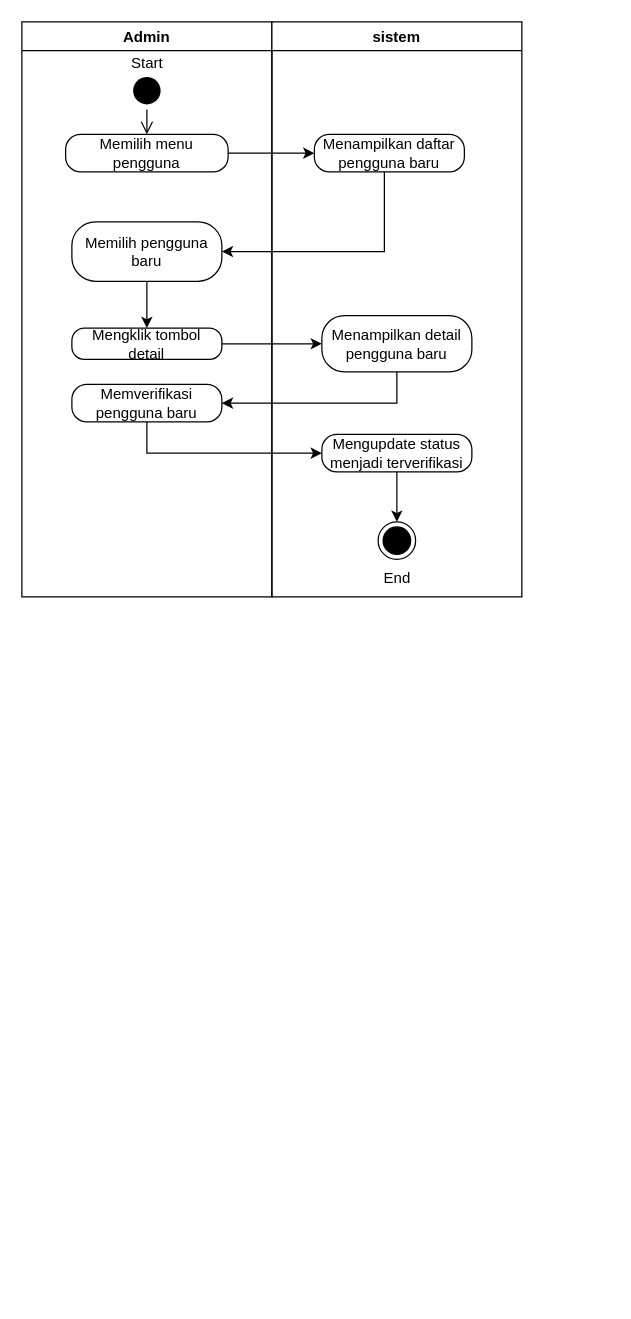
Earlier version of the draw.io diagram page "ad_admin_pengguna_baru" (3 of 5) of gambar gambar/admin use case diagram.drawio (dzreexx/Full-files-skripsi). Source tidied: cells renumbered, new cells numbered last; positions are measured from the earlier drawing's top-left corner, leaving out a move shared by most shapes. Both pictures are drawn from the tidied source at 125%, with x=0, y=0 at pixel (21, 21).
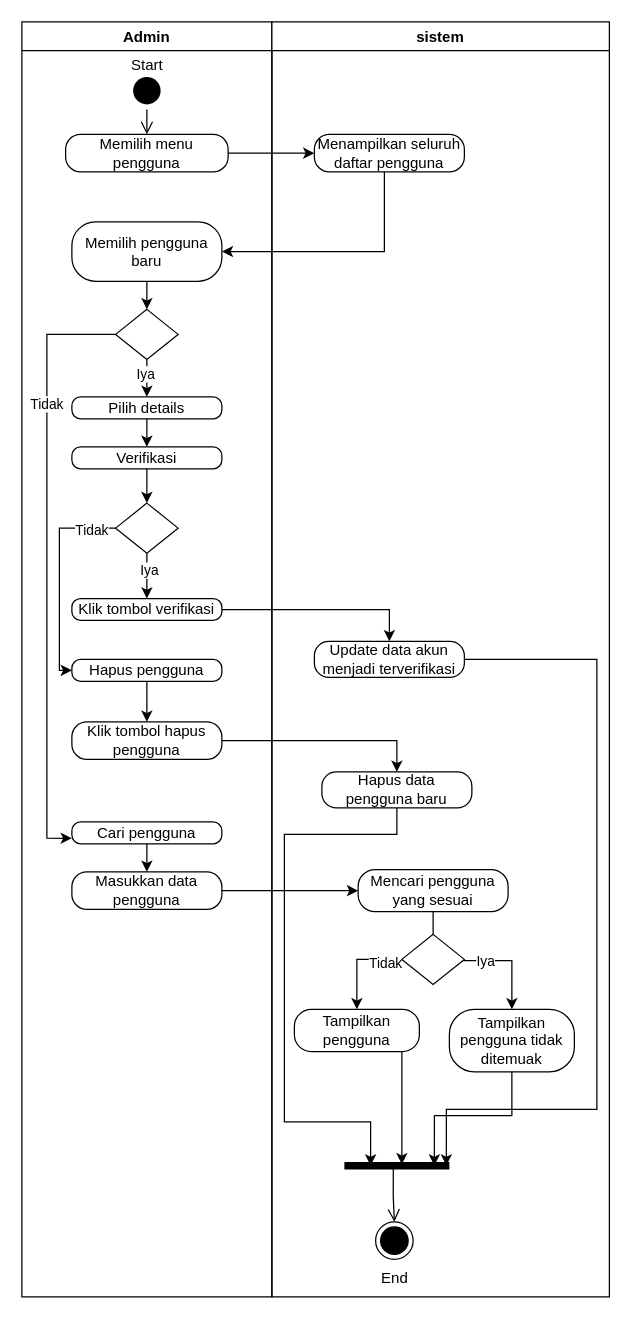
Above is the later version.

Unchanged cells that the change refers to:
```xml
<mxCell id="7" value="Memilih pengguna baru" style="rounded=1;whiteSpace=wrap;html=1;arcSize=40;" parent="2" vertex="1">
  <mxGeometry x="40" y="160" width="120" height="47.5" as="geometry" />
</mxCell>
```

Change to the diagram source:
```diff
@@
     <mxCell id="2" value="Admin" style="swimlane;" parent="1" vertex="1">
-      <mxGeometry width="200" height="460" as="geometry" />
+      <mxGeometry width="200" height="1020" as="geometry" />
     </mxCell>
@@
-    <mxCell id="6" style="edgeStyle=orthogonalEdgeStyle;rounded=0;jettySize=auto;html=1;" parent="2" edge="1" source="7" target="8">
+    <mxCell id="6" style="edgeStyle=orthogonalEdgeStyle;rounded=0;jettySize=auto;html=1;entryX=0.5;entryY=0;entryDx=0;entryDy=0;" parent="2" edge="1" source="7" target="27">
       <mxGeometry relative="1" as="geometry" />
     </mxCell>
@@
-    <mxCell id="8" value="Mengklik tombol detail" style="rounded=1;whiteSpace=wrap;html=1;arcSize=40;" parent="2" vertex="1">
-      <mxGeometry x="40" y="245" width="120" height="25" as="geometry" />
-    </mxCell>
-    <mxCell id="9" value="Memverifikasi pengguna baru" style="rounded=1;whiteSpace=wrap;html=1;arcSize=40;" parent="2" vertex="1">
-      <mxGeometry x="40" y="290" width="120" height="30" as="geometry" />
-    </mxCell>
+    <mxCell id="23" style="edgeStyle=orthogonalEdgeStyle;rounded=0;jettySize=auto;html=1;" parent="2" edge="1" source="27" target="29">
+      <mxGeometry relative="1" as="geometry" />
+    </mxCell>
+    <mxCell id="24" value="Iya" style="edgeLabel;html=1;align=center;verticalAlign=middle;" parent="23" vertex="1">
+      <mxGeometry x="0.23" y="-2" relative="1" as="geometry" />
+    </mxCell>
+    <mxCell id="25" style="edgeStyle=orthogonalEdgeStyle;rounded=0;jettySize=auto;html=1;entryX=0;entryY=0.75;entryDx=0;entryDy=0;" parent="2" edge="1" source="27" target="31">
+      <mxGeometry relative="1" as="geometry">
+        <Array as="points">
+          <mxPoint x="20" y="250" />
+          <mxPoint x="20" y="653" />
+        </Array>
+      </mxGeometry>
+    </mxCell>
+    <mxCell id="26" value="Tidak" style="edgeLabel;html=1;align=center;verticalAlign=middle;" parent="25" vertex="1">
+      <mxGeometry x="-0.54" y="-1" relative="1" as="geometry" />
+    </mxCell>
+    <mxCell id="27" style="rhombus;whiteSpace=wrap;html=1;" parent="2" vertex="1">
+      <mxGeometry x="75" y="230" width="50" height="40" as="geometry" />
+    </mxCell>
+    <mxCell id="28" style="edgeStyle=orthogonalEdgeStyle;rounded=0;jettySize=auto;html=1;" parent="2" edge="1" source="29" target="33">
+      <mxGeometry relative="1" as="geometry" />
+    </mxCell>
+    <mxCell id="29" value="Pilih details" style="rounded=1;whiteSpace=wrap;html=1;arcSize=40;" parent="2" vertex="1">
+      <mxGeometry x="40" y="300" width="120" height="17.5" as="geometry" />
+    </mxCell>
+    <mxCell id="30" style="edgeStyle=orthogonalEdgeStyle;rounded=0;jettySize=auto;html=1;" parent="2" edge="1" source="31" target="37">
+      <mxGeometry relative="1" as="geometry" />
+    </mxCell>
+    <mxCell id="31" value="Cari pengguna" style="rounded=1;whiteSpace=wrap;html=1;arcSize=40;" parent="2" vertex="1">
+      <mxGeometry x="40" y="640" width="120" height="17.5" as="geometry" />
+    </mxCell>
+    <mxCell id="32" style="edgeStyle=orthogonalEdgeStyle;rounded=0;jettySize=auto;html=1;" parent="2" edge="1" source="33" target="42">
+      <mxGeometry relative="1" as="geometry" />
+    </mxCell>
+    <mxCell id="33" value="Verifikasi" style="rounded=1;whiteSpace=wrap;html=1;arcSize=40;" parent="2" vertex="1">
+      <mxGeometry x="40" y="340" width="120" height="17.5" as="geometry" />
+    </mxCell>
+    <mxCell id="34" style="edgeStyle=orthogonalEdgeStyle;rounded=0;jettySize=auto;html=1;" parent="2" edge="1" source="35" target="36">
+      <mxGeometry relative="1" as="geometry" />
+    </mxCell>
+    <mxCell id="35" value="Hapus pengguna" style="rounded=1;whiteSpace=wrap;html=1;arcSize=40;" parent="2" vertex="1">
+      <mxGeometry x="40" y="510" width="120" height="17.5" as="geometry" />
+    </mxCell>
+    <mxCell id="36" value="Klik tombol hapus pengguna" style="rounded=1;whiteSpace=wrap;html=1;arcSize=40;" parent="2" vertex="1">
+      <mxGeometry x="40" y="560" width="120" height="30" as="geometry" />
+    </mxCell>
+    <mxCell id="37" value="Masukkan data pengguna" style="rounded=1;whiteSpace=wrap;html=1;arcSize=40;" parent="2" vertex="1">
+      <mxGeometry x="40" y="680" width="120" height="30" as="geometry" />
+    </mxCell>
+    <mxCell id="38" style="edgeStyle=orthogonalEdgeStyle;rounded=0;jettySize=auto;html=1;" parent="2" edge="1" source="42" target="43">
+      <mxGeometry relative="1" as="geometry" />
+    </mxCell>
+    <mxCell id="39" value="Iya" style="edgeLabel;html=1;align=center;verticalAlign=middle;" parent="38" vertex="1">
+      <mxGeometry x="-0.39" y="1" relative="1" as="geometry" />
+    </mxCell>
+    <mxCell id="40" style="edgeStyle=orthogonalEdgeStyle;rounded=0;jettySize=auto;html=1;entryX=0;entryY=0.5;entryDx=0;entryDy=0;" parent="2" edge="1" source="42" target="35">
+      <mxGeometry relative="1" as="geometry">
+        <Array as="points">
+          <mxPoint x="30" y="405" />
+          <mxPoint x="30" y="519" />
+        </Array>
+      </mxGeometry>
+    </mxCell>
+    <mxCell id="41" value="Tidak" style="edgeLabel;html=1;align=center;verticalAlign=middle;" parent="40" vertex="1">
+      <mxGeometry x="-0.76" y="1" relative="1" as="geometry" />
+    </mxCell>
+    <mxCell id="42" style="rhombus;whiteSpace=wrap;html=1;" parent="2" vertex="1">
+      <mxGeometry x="75" y="385" width="50" height="40" as="geometry" />
+    </mxCell>
+    <mxCell id="43" value="Klik tombol verifikasi" style="rounded=1;whiteSpace=wrap;html=1;arcSize=40;" parent="2" vertex="1">
+      <mxGeometry x="40" y="461.3" width="120" height="17.5" as="geometry" />
+    </mxCell>
+    <mxCell id="18" value="Start" style="text;html=1;align=center;verticalAlign=middle;strokeColor=none;fillColor=none;" parent="2" vertex="1">
+      <mxGeometry x="75" y="20" width="50" height="30" as="geometry" />
+    </mxCell>
     <mxCell id="10" value="sistem" style="swimlane;" parent="1" vertex="1">
-      <mxGeometry x="200" width="200" height="460" as="geometry" />
+      <mxGeometry x="200" width="270" height="1020" as="geometry" />
     </mxCell>
-    <mxCell id="11" value="Menampilkan daftar pengguna baru" style="rounded=1;whiteSpace=wrap;html=1;arcSize=40;" parent="10" vertex="1">
+    <mxCell id="11" value="Menampilkan seluruh daftar pengguna" style="rounded=1;whiteSpace=wrap;html=1;arcSize=40;" parent="10" vertex="1">
       <mxGeometry x="34" y="90" width="120" height="30" as="geometry" />
     </mxCell>
-    <mxCell id="12" value="Menampilkan detail pengguna baru" style="rounded=1;whiteSpace=wrap;html=1;arcSize=40;" parent="10" vertex="1">
-      <mxGeometry x="40" y="235" width="120" height="45" as="geometry" />
-    </mxCell>
     <mxCell id="13" value="End" style="text;html=1;align=center;verticalAlign=middle;strokeColor=none;fillColor=none;" parent="10" vertex="1">
-      <mxGeometry x="80" y="430" width="40" height="30" as="geometry" />
+      <mxGeometry x="78" y="990" width="40" height="30" as="geometry" />
     </mxCell>
     <mxCell id="14" style="ellipse;html=1;shape=endState;fillColor=#000000;" parent="10" vertex="1">
-      <mxGeometry x="85" y="400" width="30" height="30" as="geometry" />
+      <mxGeometry x="83" y="960" width="30" height="30" as="geometry" />
     </mxCell>
-    <mxCell id="15" style="edgeStyle=orthogonalEdgeStyle;rounded=0;jettySize=auto;html=1;entryX=1;entryY=0.5;entryDx=0;entryDy=0;" parent="10" edge="1" source="12" target="9">
-      <mxGeometry relative="1" as="geometry">
-        <Array as="points">
-          <mxPoint x="100" y="305" />
-        </Array>
-      </mxGeometry>
-    </mxCell>
-    <mxCell id="16" style="edgeStyle=orthogonalEdgeStyle;rounded=0;jettySize=auto;html=1;" parent="10" edge="1" source="17" target="14">
-      <mxGeometry relative="1" as="geometry" />
-    </mxCell>
-    <mxCell id="17" value="Mengupdate status menjadi terverifikasi" style="rounded=1;whiteSpace=wrap;html=1;arcSize=40;" parent="10" vertex="1">
-      <mxGeometry x="40" y="330" width="120" height="30" as="geometry" />
-    </mxCell>
-    <mxCell id="18" value="Start" style="text;html=1;align=center;verticalAlign=middle;strokeColor=none;fillColor=none;" parent="1" vertex="1">
-      <mxGeometry x="75" y="18" width="50" height="30" as="geometry" />
-    </mxCell>
-    <mxCell id="19" style="edgeStyle=orthogonalEdgeStyle;rounded=0;jettySize=auto;html=1;" parent="1" edge="1" source="8" target="12">
-      <mxGeometry relative="1" as="geometry" />
-    </mxCell>
+    <mxCell id="44" style="shape=line;html=1;strokeWidth=6;" parent="10" vertex="1">
+      <mxGeometry x="58" y="910" width="84" height="10" as="geometry" />
+    </mxCell>
+    <mxCell id="45" style="edgeStyle=orthogonalEdgeStyle;html=1;verticalAlign=bottom;endArrow=open;endSize=8;rounded=0;exitX=0.466;exitY=0.513;exitDx=0;exitDy=0;exitPerimeter=0;" parent="10" edge="1" source="44" target="14">
+      <mxGeometry relative="1" as="geometry" />
+    </mxCell>
+    <mxCell id="46" value="Update data akun menjadi terverifikasi" style="rounded=1;whiteSpace=wrap;html=1;arcSize=40;" parent="10" vertex="1">
+      <mxGeometry x="34" y="495.6" width="120" height="28.8" as="geometry" />
+    </mxCell>
+    <mxCell id="47" value="Hapus data pengguna baru" style="rounded=1;whiteSpace=wrap;html=1;arcSize=40;" parent="10" vertex="1">
+      <mxGeometry x="40" y="600" width="120" height="28.8" as="geometry" />
+    </mxCell>
+    <mxCell id="48" style="edgeStyle=orthogonalEdgeStyle;rounded=0;jettySize=auto;html=1;" parent="10" edge="1" source="50" target="56">
+      <mxGeometry relative="1" as="geometry" />
+    </mxCell>
+    <mxCell id="49" value="Iya" style="edgeLabel;html=1;align=center;verticalAlign=middle;" parent="48" vertex="1">
+      <mxGeometry x="0.15" relative="1" as="geometry" />
+    </mxCell>
+    <mxCell id="50" value="Mencari pengguna yang sesuai" style="rounded=1;whiteSpace=wrap;html=1;arcSize=40;" parent="10" vertex="1">
+      <mxGeometry x="69" y="678.1" width="120" height="33.8" as="geometry" />
+    </mxCell>
+    <mxCell id="51" style="edgeStyle=orthogonalEdgeStyle;rounded=0;jettySize=auto;html=1;" parent="10" edge="1" source="53" target="54">
+      <mxGeometry relative="1" as="geometry">
+        <Array as="points">
+          <mxPoint x="68" y="750" />
+        </Array>
+      </mxGeometry>
+    </mxCell>
+    <mxCell id="52" value="Tidak" style="edgeLabel;html=1;align=center;verticalAlign=middle;" parent="51" vertex="1">
+      <mxGeometry x="-0.64" y="2" relative="1" as="geometry" />
+    </mxCell>
+    <mxCell id="53" style="rhombus;whiteSpace=wrap;html=1;" parent="10" vertex="1">
+      <mxGeometry x="104" y="730" width="50" height="40" as="geometry" />
+    </mxCell>
+    <mxCell id="54" value="Tampilkan pengguna" style="rounded=1;whiteSpace=wrap;html=1;arcSize=40;" parent="10" vertex="1">
+      <mxGeometry x="18" y="790" width="100" height="33.8" as="geometry" />
+    </mxCell>
+    <mxCell id="55" style="edgeStyle=orthogonalEdgeStyle;rounded=0;jettySize=auto;html=1;entryX=0.857;entryY=0.5;entryDx=0;entryDy=0;entryPerimeter=0;" parent="10" edge="1" source="56" target="44">
+      <mxGeometry relative="1" as="geometry">
+        <Array as="points">
+          <mxPoint x="192" y="875" />
+          <mxPoint x="130" y="875" />
+        </Array>
+      </mxGeometry>
+    </mxCell>
+    <mxCell id="56" value="Tampilkan pengguna tidak ditemuak" style="rounded=1;whiteSpace=wrap;html=1;arcSize=40;" parent="10" vertex="1">
+      <mxGeometry x="142" y="790" width="100" height="50" as="geometry" />
+    </mxCell>
+    <mxCell id="57" style="edgeStyle=orthogonalEdgeStyle;rounded=0;jettySize=auto;html=1;entryX=0.971;entryY=0.488;entryDx=0;entryDy=0;entryPerimeter=0;" parent="10" edge="1" source="46" target="44">
+      <mxGeometry relative="1" as="geometry">
+        <Array as="points">
+          <mxPoint x="260" y="510" />
+          <mxPoint x="260" y="870" />
+          <mxPoint x="140" y="870" />
+        </Array>
+      </mxGeometry>
+    </mxCell>
+    <mxCell id="58" style="edgeStyle=orthogonalEdgeStyle;rounded=0;orthogonalLoop=1;jettySize=auto;html=1;entryX=0.643;entryY=0.386;entryDx=0;entryDy=0;entryPerimeter=0;" parent="10" edge="1">
+      <mxGeometry relative="1" as="geometry">
+        <mxPoint x="104" y="823.8" as="sourcePoint" />
+        <mxPoint x="104" y="913.9" as="targetPoint" />
+        <Array as="points">
+          <mxPoint x="104" y="870" />
+          <mxPoint x="104" y="870" />
+        </Array>
+      </mxGeometry>
+    </mxCell>
+    <mxCell id="59" style="edgeStyle=orthogonalEdgeStyle;rounded=0;jettySize=auto;html=1;entryX=0.25;entryY=0.5;entryDx=0;entryDy=0;entryPerimeter=0;" parent="10" edge="1" source="47" target="44">
+      <mxGeometry relative="1" as="geometry">
+        <Array as="points">
+          <mxPoint x="100" y="650" />
+          <mxPoint x="10" y="650" />
+          <mxPoint x="10" y="880" />
+          <mxPoint x="79" y="880" />
+        </Array>
+      </mxGeometry>
+    </mxCell>
@@
-    <mxCell id="22" style="edgeStyle=orthogonalEdgeStyle;rounded=0;jettySize=auto;html=1;entryX=0;entryY=0.5;entryDx=0;entryDy=0;" parent="1" edge="1" source="9" target="17">
-      <mxGeometry relative="1" as="geometry">
-        <Array as="points">
-          <mxPoint x="100" y="345" />
-        </Array>
-      </mxGeometry>
-    </mxCell>
+    <mxCell id="60" style="edgeStyle=orthogonalEdgeStyle;rounded=0;jettySize=auto;html=1;" parent="1" edge="1" source="36" target="47">
+      <mxGeometry relative="1" as="geometry" />
+    </mxCell>
+    <mxCell id="61" style="edgeStyle=orthogonalEdgeStyle;rounded=0;jettySize=auto;html=1;" parent="1" edge="1" source="37" target="50">
+      <mxGeometry relative="1" as="geometry" />
+    </mxCell>
+    <mxCell id="62" style="edgeStyle=orthogonalEdgeStyle;rounded=0;jettySize=auto;html=1;" parent="1" edge="1" source="43" target="46">
+      <mxGeometry relative="1" as="geometry" />
+    </mxCell>
```
